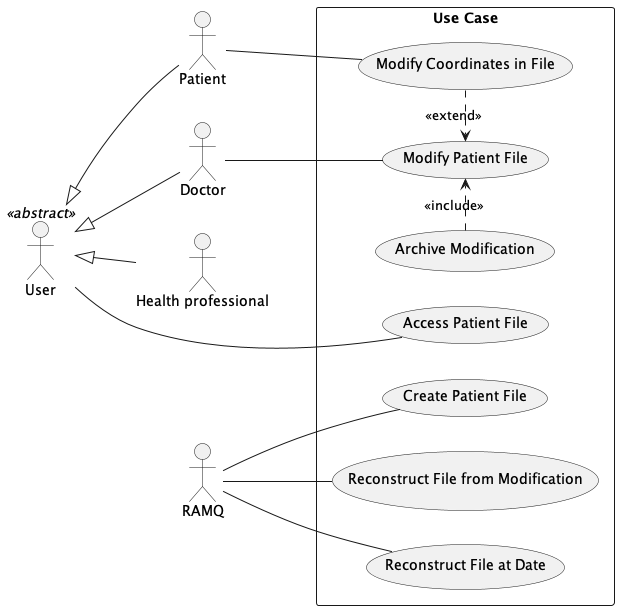
This is plantUml/use-case.png from KevenJAntenor/Quebec-Centralized-Medical-Record-System, a PlantUML export, as it was before one commit. Its diagram source:
```plantuml
@startuml use-case

left to right direction
skinparam packageStyle rect
actor "User" as user <<abstract>>
actor "Patient" as patient
actor "Doctor" as doctor
actor "Health professional" as health_professional
actor "RAMQ" as ramq
rectangle "Use Case" {
  user <|-- patient
  user <|-- doctor
  user <|-- health_professional
  user -- (Access Patient File)
  doctor -- (Modify Patient File)
  patient -- (Modify Coordinates in File)
  (Modify Coordinates in File) .> (Modify Patient File) : <<extend>>
  ramq -- (Create Patient File)
  (Archive Modification) .> (Modify Patient File) : <<include>>
  ramq -- (Reconstruct File from Modification)
  ramq -- (Reconstruct File at Date)
}

@enduml
```
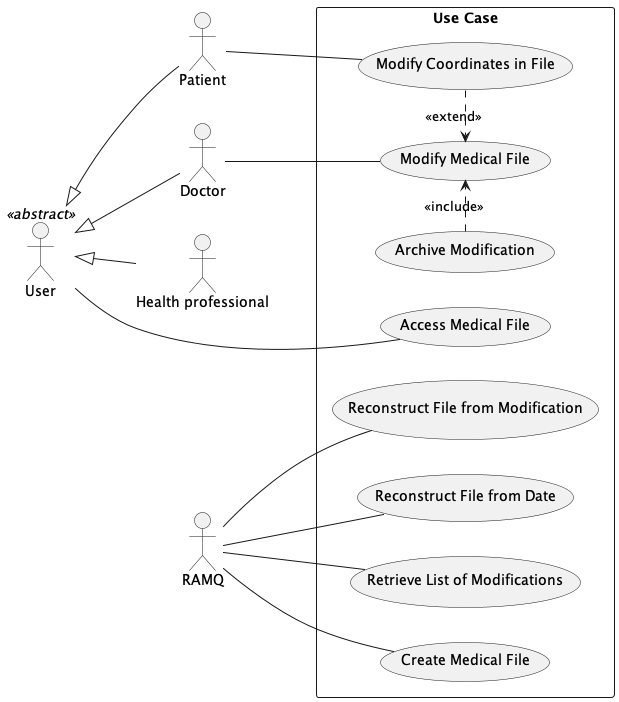
After the commit.

Diff of the diagram source:
```diff
@@ -11,14 +11,15 @@
   user <|-- patient
   user <|-- doctor
   user <|-- health_professional
-  user -- (Access Patient File)
-  doctor -- (Modify Patient File)
+  user -- (Access Medical File)
+  doctor -- (Modify Medical File)
   patient -- (Modify Coordinates in File)
-  (Modify Coordinates in File) .> (Modify Patient File) : <<extend>>
-  ramq -- (Create Patient File)
-  (Archive Modification) .> (Modify Patient File) : <<include>>
+  (Modify Coordinates in File) .> (Modify Medical File) : <<extend>>
+  ramq -- (Create Medical File)
+  (Archive Modification) .> (Modify Medical File) : <<include>>
   ramq -- (Reconstruct File from Modification)
-  ramq -- (Reconstruct File at Date)
+  ramq -- (Reconstruct File from Date)
+  ramq -- (Retrieve List of Modifications)
 }
 
 @enduml
```
